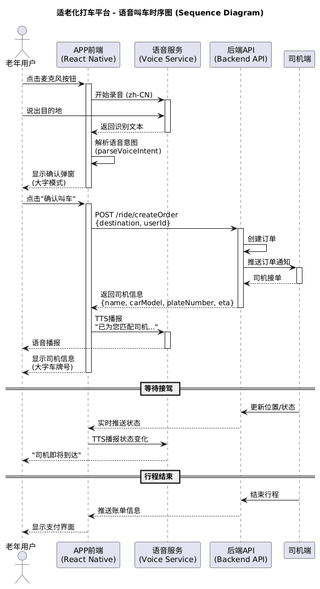
Crzblinder/react-native-elderly-access keeps this PlantUML diagram as uml-output/03-sequence-voice-booking.png. Above is the earlier version.
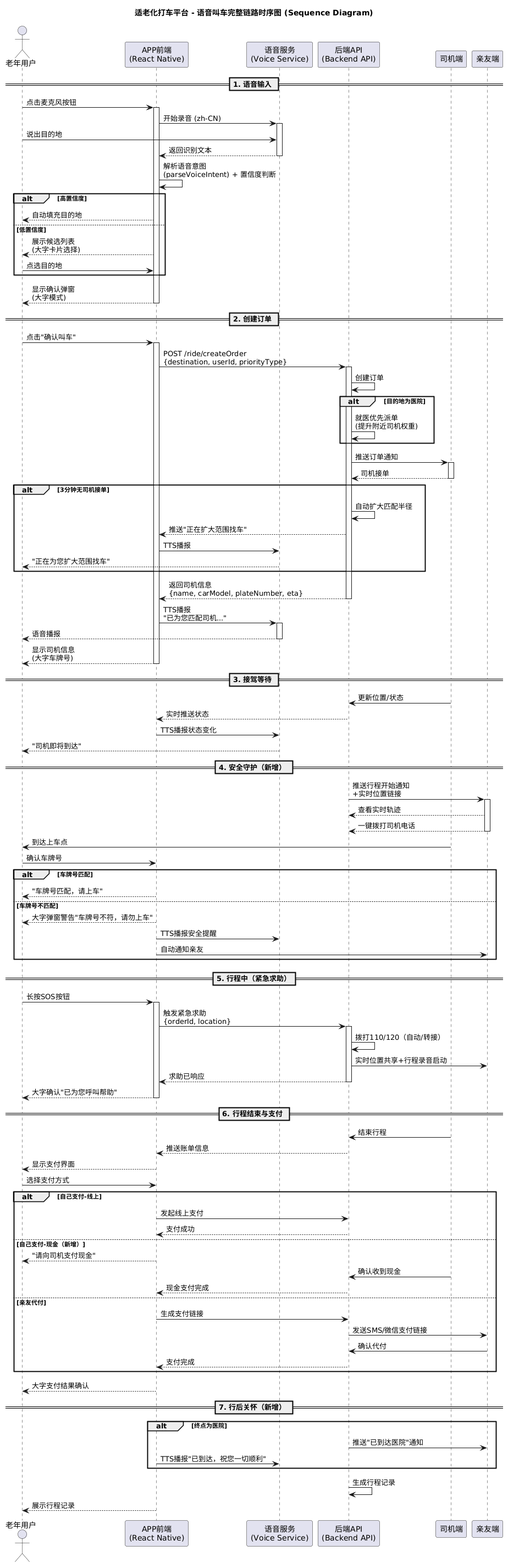
The same file after the commit.

What changed in the source:
```diff
@@ -1,12 +1,14 @@
 @startuml
-title 适老化打车平台 - 语音叫车时序图 (Sequence Diagram)
+title 适老化打车平台 - 语音叫车完整链路时序图 (Sequence Diagram)
 
 actor "老年用户" as User
 participant "APP前端\n(React Native)" as App
 participant "语音服务\n(Voice Service)" as Voice
 participant "后端API\n(Backend API)" as API
 participant "司机端" as Driver
+participant "亲友端" as Family
 
+== 1. 语音输入 ==
 User -> App: 点击麦克风按钮
 activate App
 App -> Voice: 开始录音 (zh-CN)
@@ -14,19 +16,39 @@
 User -> Voice: 说出目的地
 Voice --> App: 返回识别文本
 deactivate Voice
-App -> App: 解析语音意图\n(parseVoiceIntent)
+App -> App: 解析语音意图\n(parseVoiceIntent) + 置信度判断
+
+alt 高置信度
+  App --> User: 自动填充目的地
+else 低置信度
+  App --> User: 展示候选列表\n(大字卡片选择)
+  User -> App: 点选目的地
+end
+
 App --> User: 显示确认弹窗\n(大字模式)
 deactivate App
 
+== 2. 创建订单 ==
 User -> App: 点击"确认叫车"
 activate App
-App -> API: POST /ride/createOrder\n{destination, userId}
+App -> API: POST /ride/createOrder\n{destination, userId, priorityType}
 activate API
 API -> API: 创建订单
+alt 目的地为医院
+  API -> API: 就医优先派单\n(提升附近司机权重)
+end
 API -> Driver: 推送订单通知
 activate Driver
 Driver --> API: 司机接单
 deactivate Driver
+
+alt 3分钟无司机接单
+  API -> API: 自动扩大匹配半径
+  API --> App: 推送"正在扩大范围找车"
+  App -> Voice: TTS播报
+  Voice --> User: "正在为您扩大范围找车"
+end
+
 API --> App: 返回司机信息\n{name, carModel, plateNumber, eta}
 deactivate API
 App -> Voice: TTS播报\n"已为您匹配司机..."
@@ -36,16 +58,68 @@
 App --> User: 显示司机信息\n(大字车牌号)
 deactivate App
 
-== 等待接驾 ==
-
+== 3. 接驾等待 ==
 Driver -> API: 更新位置/状态
 API --> App: 实时推送状态
 App -> Voice: TTS播报状态变化
 Voice --> User: "司机即将到达"
 
-== 行程结束 ==
+== 4. 安全守护（新增） ==
+API -> Family: 推送行程开始通知\n+实时位置链接
+activate Family
+Family --> API: 查看实时轨迹
+Family --> API: 一键拨打司机电话
+deactivate Family
 
+Driver -> User: 到达上车点
+User -> App: 确认车牌号
+alt 车牌号匹配
+  App --> User: "车牌号匹配，请上车"
+else 车牌号不匹配
+  App --> User: 大字弹窗警告"车牌号不符，请勿上车"
+  App -> Voice: TTS播报安全提醒
+  App -> Family: 自动通知亲友
+end
+
+== 5. 行程中（紧急求助）==
+User -> App: 长按SOS按钮
+activate App
+App -> API: 触发紧急求助\n{orderId, location}
+activate API
+API -> API: 拨打110/120（自动/转接）
+API -> Family: 实时位置共享+行程录音启动
+API --> App: 求助已响应
+deactivate API
+App --> User: 大字确认"已为您呼叫帮助"
+deactivate App
+
+== 6. 行程结束与支付 ==
 Driver -> API: 结束行程
 API --> App: 推送账单信息
 App --> User: 显示支付界面
+User -> App: 选择支付方式
+alt 自己支付-线上
+  App -> API: 发起线上支付
+  API --> App: 支付成功
+else 自己支付-现金（新增）
+  App --> User: "请向司机支付现金"
+  Driver -> API: 确认收到现金
+  API --> App: 现金支付完成
+else 亲友代付
+  App -> API: 生成支付链接
+  API -> Family: 发送SMS/微信支付链接
+  Family -> API: 确认代付
+  API --> App: 支付完成
+end
+
+App --> User: 大字支付结果确认
+
+== 7. 行后关怀（新增） ==
+alt 终点为医院
+  API -> Family: 推送"已到达医院"通知
+  App -> Voice: TTS播报"已到达，祝您一切顺利"
+end
+
+API -> API: 生成行程记录
+App --> User: 展示行程记录
 @enduml
```
